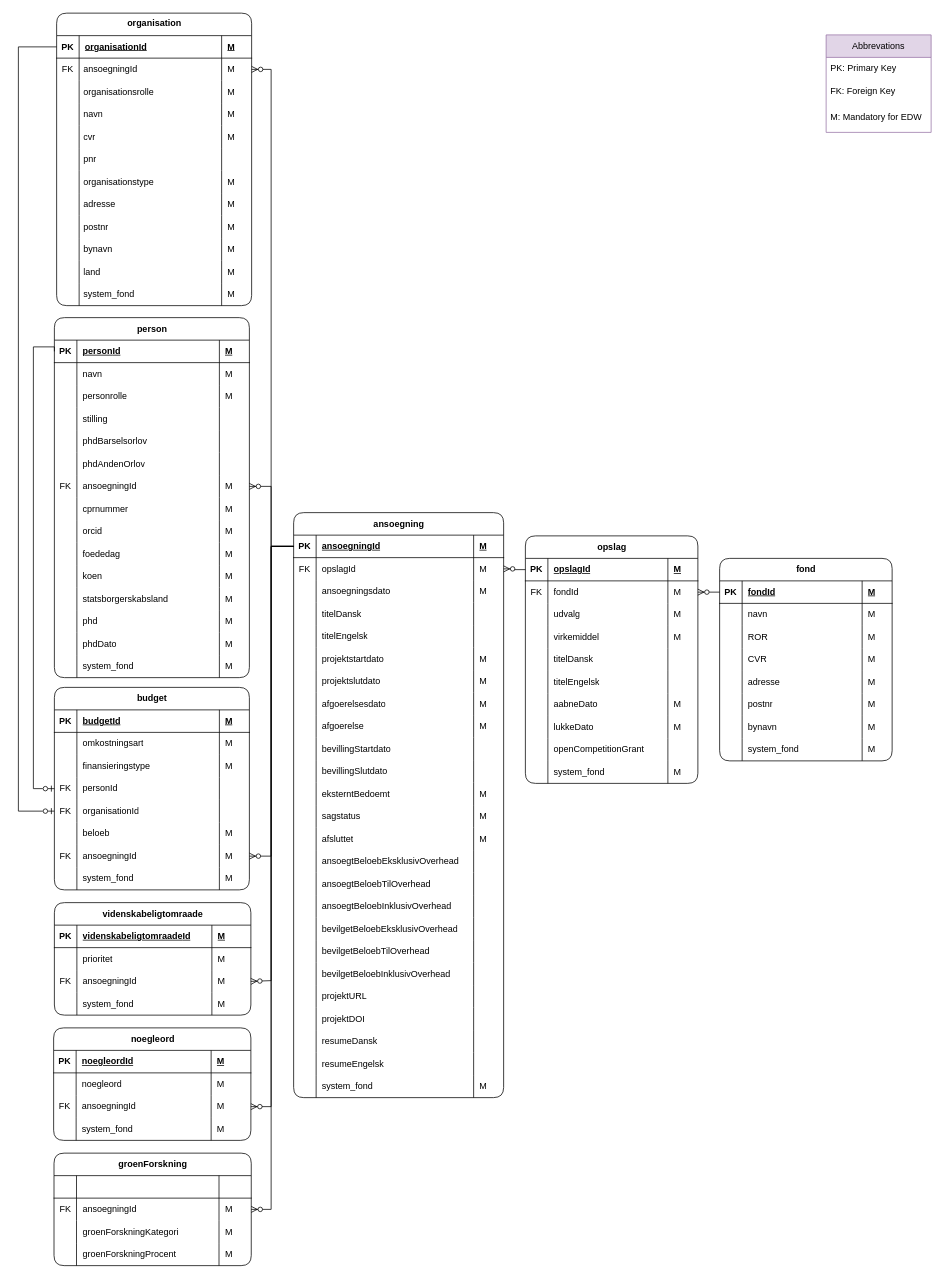
thomas-lange-dk/Grants keeps this draw.io diagram as page "Ny EDW" (4 of 5) of Grants model.drawio. Above is the earlier version. Source tidied: cells renumbered, new cells numbered last; positions are measured from the earlier drawing's top-left corner, leaving out a move shared by most shapes. Both pictures are drawn from the tidied source at 75%, with x=0, y=0 at pixel (18, 13).
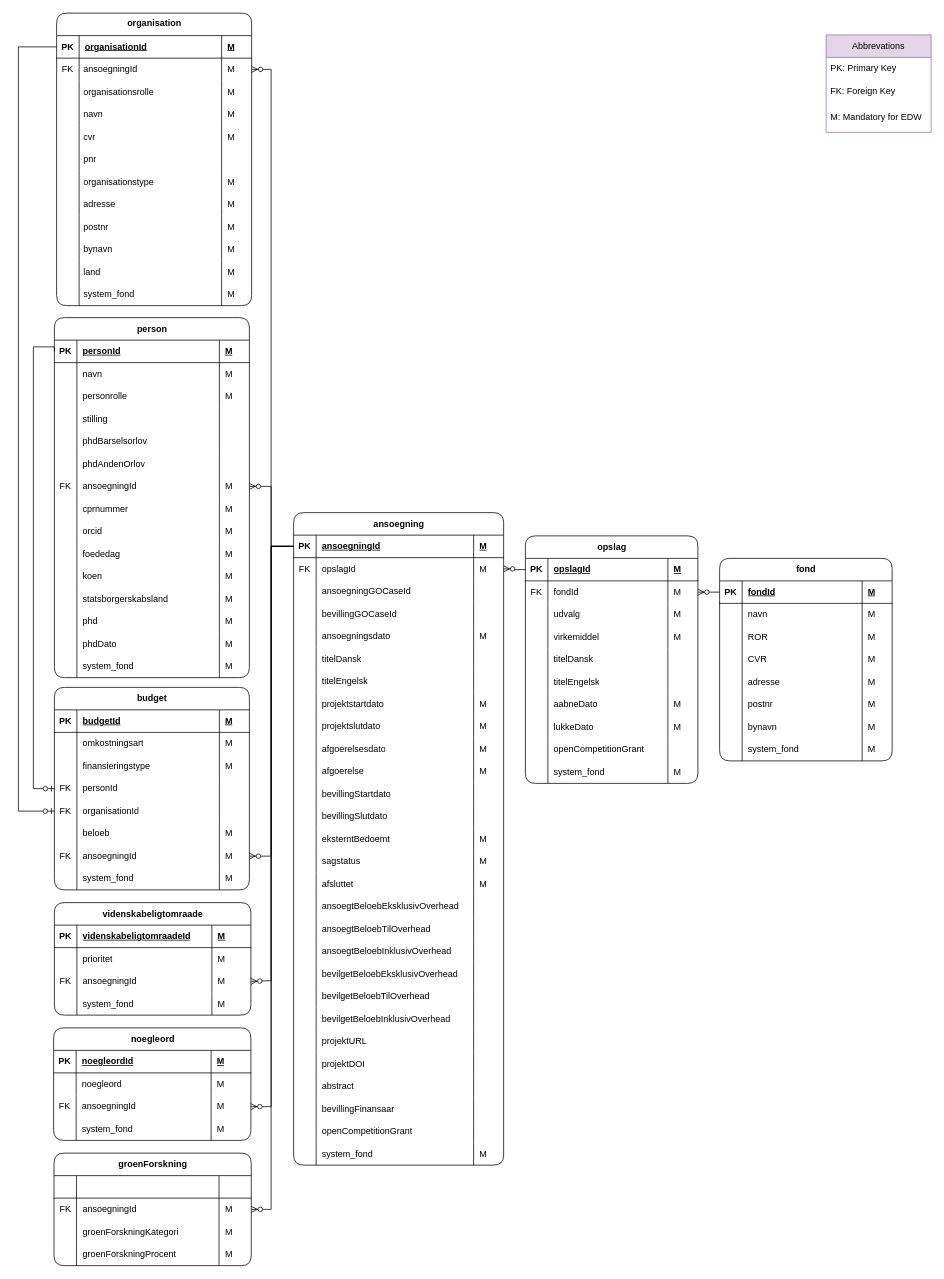
The same diagram, later.

What changed in the source:
```diff
@@
     <mxCell id="131" value="ansoegning" style="shape=table;startSize=30;childLayout=tableLayout;rowLines=0;fontStyle=1;align=center;html=1;swimlaneLine=1;shadow=0;rounded=1;swimlaneFillColor=none;" parent="1" vertex="1">
-      <mxGeometry x="367" y="666" width="280" height="780" as="geometry" />
+      <mxGeometry x="367" y="666" width="280" height="870" as="geometry" />
     </mxCell>
@@
+    <mxCell id="385" style="shape=tableRow;horizontal=0;startSize=0;swimlaneHead=0;swimlaneBody=0;fillColor=none;top=0;left=0;right=0;bottom=0;shadow=0;" parent="131" vertex="1">
+      <mxGeometry y="90" width="280" height="30" as="geometry" />
+    </mxCell>
+    <mxCell id="386" style="shape=partialRectangle;fillColor=none;top=0;left=0;bottom=0;right=0;overflow=hidden;whiteSpace=wrap;html=1;shadow=0;" parent="385" vertex="1">
+      <mxGeometry width="30" height="30" as="geometry" />
+    </mxCell>
+    <mxCell id="387" value="ansoegningGOCaseId" style="shape=partialRectangle;fillColor=none;top=0;left=0;bottom=0;right=0;align=left;spacingLeft=6;overflow=hidden;whiteSpace=wrap;html=1;shadow=0;" parent="385" vertex="1">
+      <mxGeometry x="30" width="210" height="30" as="geometry" />
+    </mxCell>
+    <mxCell id="388" style="shape=partialRectangle;fillColor=none;top=0;left=0;bottom=0;right=0;align=left;spacingLeft=6;overflow=hidden;whiteSpace=wrap;html=1;shadow=0;" parent="385" vertex="1">
+      <mxGeometry x="240" width="40" height="30" as="geometry" />
+    </mxCell>
+    <mxCell id="389" style="shape=tableRow;horizontal=0;startSize=0;swimlaneHead=0;swimlaneBody=0;fillColor=none;top=0;left=0;right=0;bottom=0;shadow=0;" parent="131" vertex="1">
+      <mxGeometry y="120" width="280" height="30" as="geometry" />
+    </mxCell>
+    <mxCell id="390" style="shape=partialRectangle;fillColor=none;top=0;left=0;bottom=0;right=0;overflow=hidden;whiteSpace=wrap;html=1;shadow=0;" parent="389" vertex="1">
+      <mxGeometry width="30" height="30" as="geometry" />
+    </mxCell>
+    <mxCell id="391" value="bevillingGOCaseId" style="shape=partialRectangle;fillColor=none;top=0;left=0;bottom=0;right=0;align=left;spacingLeft=6;overflow=hidden;whiteSpace=wrap;html=1;shadow=0;" parent="389" vertex="1">
+      <mxGeometry x="30" width="210" height="30" as="geometry" />
+    </mxCell>
+    <mxCell id="392" style="shape=partialRectangle;fillColor=none;top=0;left=0;bottom=0;right=0;align=left;spacingLeft=6;overflow=hidden;whiteSpace=wrap;html=1;shadow=0;" parent="389" vertex="1">
+      <mxGeometry x="240" width="40" height="30" as="geometry" />
+    </mxCell>
     <mxCell id="140" style="shape=tableRow;horizontal=0;startSize=0;swimlaneHead=0;swimlaneBody=0;fillColor=none;top=0;left=0;right=0;bottom=0;shadow=0;" parent="131" vertex="1">
-      <mxGeometry y="90" width="280" height="30" as="geometry" />
+      <mxGeometry y="150" width="280" height="30" as="geometry" />
     </mxCell>
@@
     <mxCell id="144" style="shape=tableRow;horizontal=0;startSize=0;swimlaneHead=0;swimlaneBody=0;fillColor=none;top=0;left=0;right=0;bottom=0;shadow=0;" parent="131" vertex="1">
-      <mxGeometry y="120" width="280" height="30" as="geometry" />
+      <mxGeometry y="180" width="280" height="30" as="geometry" />
     </mxCell>
@@
     <mxCell id="148" style="shape=tableRow;horizontal=0;startSize=0;swimlaneHead=0;swimlaneBody=0;fillColor=none;top=0;left=0;right=0;bottom=0;shadow=0;" parent="131" vertex="1">
-      <mxGeometry y="150" width="280" height="30" as="geometry" />
+      <mxGeometry y="210" width="280" height="30" as="geometry" />
     </mxCell>
@@
     <mxCell id="152" style="shape=tableRow;horizontal=0;startSize=0;swimlaneHead=0;swimlaneBody=0;fillColor=none;top=0;left=0;right=0;bottom=0;shadow=0;" parent="131" vertex="1">
-      <mxGeometry y="180" width="280" height="30" as="geometry" />
+      <mxGeometry y="240" width="280" height="30" as="geometry" />
     </mxCell>
@@
     <mxCell id="156" style="shape=tableRow;horizontal=0;startSize=0;swimlaneHead=0;swimlaneBody=0;fillColor=none;top=0;left=0;right=0;bottom=0;shadow=0;" parent="131" vertex="1">
-      <mxGeometry y="210" width="280" height="30" as="geometry" />
+      <mxGeometry y="270" width="280" height="30" as="geometry" />
     </mxCell>
@@
     <mxCell id="160" style="shape=tableRow;horizontal=0;startSize=0;swimlaneHead=0;swimlaneBody=0;fillColor=none;top=0;left=0;right=0;bottom=0;shadow=0;" parent="131" vertex="1">
-      <mxGeometry y="240" width="280" height="30" as="geometry" />
+      <mxGeometry y="300" width="280" height="30" as="geometry" />
     </mxCell>
@@
     <mxCell id="164" style="shape=tableRow;horizontal=0;startSize=0;swimlaneHead=0;swimlaneBody=0;fillColor=none;top=0;left=0;right=0;bottom=0;shadow=0;" parent="131" vertex="1">
-      <mxGeometry y="270" width="280" height="30" as="geometry" />
+      <mxGeometry y="330" width="280" height="30" as="geometry" />
     </mxCell>
@@
     <mxCell id="168" style="shape=tableRow;horizontal=0;startSize=0;swimlaneHead=0;swimlaneBody=0;fillColor=none;top=0;left=0;right=0;bottom=0;shadow=0;" parent="131" vertex="1">
-      <mxGeometry y="300" width="280" height="30" as="geometry" />
+      <mxGeometry y="360" width="280" height="30" as="geometry" />
     </mxCell>
@@
     <mxCell id="172" style="shape=tableRow;horizontal=0;startSize=0;swimlaneHead=0;swimlaneBody=0;fillColor=none;top=0;left=0;right=0;bottom=0;shadow=0;" parent="131" vertex="1">
-      <mxGeometry y="330" width="280" height="30" as="geometry" />
+      <mxGeometry y="390" width="280" height="30" as="geometry" />
     </mxCell>
@@
     <mxCell id="176" style="shape=tableRow;horizontal=0;startSize=0;swimlaneHead=0;swimlaneBody=0;fillColor=none;top=0;left=0;right=0;bottom=0;shadow=0;" parent="131" vertex="1">
-      <mxGeometry y="360" width="280" height="30" as="geometry" />
+      <mxGeometry y="420" width="280" height="30" as="geometry" />
     </mxCell>
@@
     <mxCell id="180" style="shape=tableRow;horizontal=0;startSize=0;swimlaneHead=0;swimlaneBody=0;fillColor=none;top=0;left=0;right=0;bottom=0;shadow=0;" parent="131" vertex="1">
-      <mxGeometry y="390" width="280" height="30" as="geometry" />
+      <mxGeometry y="450" width="280" height="30" as="geometry" />
     </mxCell>
@@
     <mxCell id="184" style="shape=tableRow;horizontal=0;startSize=0;swimlaneHead=0;swimlaneBody=0;fillColor=none;top=0;left=0;right=0;bottom=0;shadow=0;" parent="131" vertex="1">
-      <mxGeometry y="420" width="280" height="30" as="geometry" />
+      <mxGeometry y="480" width="280" height="30" as="geometry" />
     </mxCell>
@@
     <mxCell id="188" style="shape=tableRow;horizontal=0;startSize=0;swimlaneHead=0;swimlaneBody=0;fillColor=none;top=0;left=0;right=0;bottom=0;shadow=0;" parent="131" vertex="1">
-      <mxGeometry y="450" width="280" height="30" as="geometry" />
+      <mxGeometry y="510" width="280" height="30" as="geometry" />
     </mxCell>
@@
     <mxCell id="192" style="shape=tableRow;horizontal=0;startSize=0;swimlaneHead=0;swimlaneBody=0;fillColor=none;top=0;left=0;right=0;bottom=0;shadow=0;" parent="131" vertex="1">
-      <mxGeometry y="480" width="280" height="30" as="geometry" />
+      <mxGeometry y="540" width="280" height="30" as="geometry" />
     </mxCell>
@@
     <mxCell id="196" style="shape=tableRow;horizontal=0;startSize=0;swimlaneHead=0;swimlaneBody=0;fillColor=none;top=0;left=0;right=0;bottom=0;shadow=0;" parent="131" vertex="1">
-      <mxGeometry y="510" width="280" height="30" as="geometry" />
+      <mxGeometry y="570" width="280" height="30" as="geometry" />
     </mxCell>
@@
     <mxCell id="200" style="shape=tableRow;horizontal=0;startSize=0;swimlaneHead=0;swimlaneBody=0;fillColor=none;top=0;left=0;right=0;bottom=0;shadow=0;" parent="131" vertex="1">
-      <mxGeometry y="540" width="280" height="30" as="geometry" />
+      <mxGeometry y="600" width="280" height="30" as="geometry" />
     </mxCell>
@@
     <mxCell id="204" style="shape=tableRow;horizontal=0;startSize=0;swimlaneHead=0;swimlaneBody=0;fillColor=none;top=0;left=0;right=0;bottom=0;shadow=0;" parent="131" vertex="1">
-      <mxGeometry y="570" width="280" height="30" as="geometry" />
+      <mxGeometry y="630" width="280" height="30" as="geometry" />
     </mxCell>
@@
     <mxCell id="208" style="shape=tableRow;horizontal=0;startSize=0;swimlaneHead=0;swimlaneBody=0;fillColor=none;top=0;left=0;right=0;bottom=0;shadow=0;" parent="131" vertex="1">
-      <mxGeometry y="600" width="280" height="30" as="geometry" />
+      <mxGeometry y="660" width="280" height="30" as="geometry" />
     </mxCell>
@@
     <mxCell id="212" style="shape=tableRow;horizontal=0;startSize=0;swimlaneHead=0;swimlaneBody=0;fillColor=none;top=0;left=0;right=0;bottom=0;shadow=0;" parent="131" vertex="1">
-      <mxGeometry y="630" width="280" height="30" as="geometry" />
+      <mxGeometry y="690" width="280" height="30" as="geometry" />
     </mxCell>
@@
     <mxCell id="216" style="shape=tableRow;horizontal=0;startSize=0;swimlaneHead=0;swimlaneBody=0;fillColor=none;top=0;left=0;right=0;bottom=0;shadow=0;" parent="131" vertex="1">
-      <mxGeometry y="660" width="280" height="30" as="geometry" />
+      <mxGeometry y="720" width="280" height="30" as="geometry" />
     </mxCell>
@@
     <mxCell id="220" style="shape=tableRow;horizontal=0;startSize=0;swimlaneHead=0;swimlaneBody=0;fillColor=none;top=0;left=0;right=0;bottom=0;shadow=0;" parent="131" vertex="1">
-      <mxGeometry y="690" width="280" height="30" as="geometry" />
+      <mxGeometry y="750" width="280" height="30" as="geometry" />
     </mxCell>
@@
-    <mxCell id="222" value="resumeDansk" style="shape=partialRectangle;fillColor=none;top=0;left=0;bottom=0;right=0;align=left;spacingLeft=6;overflow=hidden;whiteSpace=wrap;html=1;shadow=0;" parent="220" vertex="1">
+    <mxCell id="222" value="abstract" style="shape=partialRectangle;fillColor=none;top=0;left=0;bottom=0;right=0;align=left;spacingLeft=6;overflow=hidden;whiteSpace=wrap;html=1;shadow=0;" parent="220" vertex="1">
       <mxGeometry x="30" width="210" height="30" as="geometry" />
     </mxCell>
@@
-    <mxCell id="224" style="shape=tableRow;horizontal=0;startSize=0;swimlaneHead=0;swimlaneBody=0;fillColor=none;top=0;left=0;right=0;bottom=0;shadow=0;" parent="131" vertex="1">
-      <mxGeometry y="720" width="280" height="30" as="geometry" />
-    </mxCell>
-    <mxCell id="225" style="shape=partialRectangle;fillColor=none;top=0;left=0;bottom=0;right=0;overflow=hidden;whiteSpace=wrap;html=1;shadow=0;" parent="224" vertex="1">
-      <mxGeometry width="30" height="30" as="geometry" />
-    </mxCell>
-    <mxCell id="226" value="resumeEngelsk" style="shape=partialRectangle;fillColor=none;top=0;left=0;bottom=0;right=0;align=left;spacingLeft=6;overflow=hidden;whiteSpace=wrap;html=1;shadow=0;" parent="224" vertex="1">
-      <mxGeometry x="30" width="210" height="30" as="geometry" />
-    </mxCell>
-    <mxCell id="227" style="shape=partialRectangle;fillColor=none;top=0;left=0;bottom=0;right=0;align=left;spacingLeft=6;overflow=hidden;whiteSpace=wrap;html=1;shadow=0;" parent="224" vertex="1">
-      <mxGeometry x="240" width="40" height="30" as="geometry" />
-    </mxCell>
+    <mxCell id="393" style="shape=tableRow;horizontal=0;startSize=0;swimlaneHead=0;swimlaneBody=0;fillColor=none;top=0;left=0;right=0;bottom=0;shadow=0;" parent="131" vertex="1">
+      <mxGeometry y="780" width="280" height="30" as="geometry" />
+    </mxCell>
+    <mxCell id="394" style="shape=partialRectangle;fillColor=none;top=0;left=0;bottom=0;right=0;overflow=hidden;whiteSpace=wrap;html=1;shadow=0;" parent="393" vertex="1">
+      <mxGeometry width="30" height="30" as="geometry" />
+    </mxCell>
+    <mxCell id="395" value="bevillingFinansaar" style="shape=partialRectangle;fillColor=none;top=0;left=0;bottom=0;right=0;align=left;spacingLeft=6;overflow=hidden;whiteSpace=wrap;html=1;shadow=0;" parent="393" vertex="1">
+      <mxGeometry x="30" width="210" height="30" as="geometry" />
+    </mxCell>
+    <mxCell id="396" style="shape=partialRectangle;fillColor=none;top=0;left=0;bottom=0;right=0;align=left;spacingLeft=6;overflow=hidden;whiteSpace=wrap;html=1;shadow=0;" parent="393" vertex="1">
+      <mxGeometry x="240" width="40" height="30" as="geometry" />
+    </mxCell>
+    <mxCell id="397" style="shape=tableRow;horizontal=0;startSize=0;swimlaneHead=0;swimlaneBody=0;fillColor=none;top=0;left=0;right=0;bottom=0;shadow=0;" parent="131" vertex="1">
+      <mxGeometry y="810" width="280" height="30" as="geometry" />
+    </mxCell>
+    <mxCell id="398" style="shape=partialRectangle;fillColor=none;top=0;left=0;bottom=0;right=0;overflow=hidden;whiteSpace=wrap;html=1;shadow=0;" parent="397" vertex="1">
+      <mxGeometry width="30" height="30" as="geometry" />
+    </mxCell>
+    <mxCell id="399" value="openCompetitionGrant" style="shape=partialRectangle;fillColor=none;top=0;left=0;bottom=0;right=0;align=left;spacingLeft=6;overflow=hidden;whiteSpace=wrap;html=1;shadow=0;" parent="397" vertex="1">
+      <mxGeometry x="30" width="210" height="30" as="geometry" />
+    </mxCell>
+    <mxCell id="400" style="shape=partialRectangle;fillColor=none;top=0;left=0;bottom=0;right=0;align=left;spacingLeft=6;overflow=hidden;whiteSpace=wrap;html=1;shadow=0;" parent="397" vertex="1">
+      <mxGeometry x="240" width="40" height="30" as="geometry" />
+    </mxCell>
     <mxCell id="228" style="shape=tableRow;horizontal=0;startSize=0;swimlaneHead=0;swimlaneBody=0;fillColor=none;top=0;left=0;right=0;bottom=0;shadow=0;" parent="131" vertex="1">
-      <mxGeometry y="750" width="280" height="30" as="geometry" />
+      <mxGeometry y="840" width="280" height="30" as="geometry" />
     </mxCell>
```
